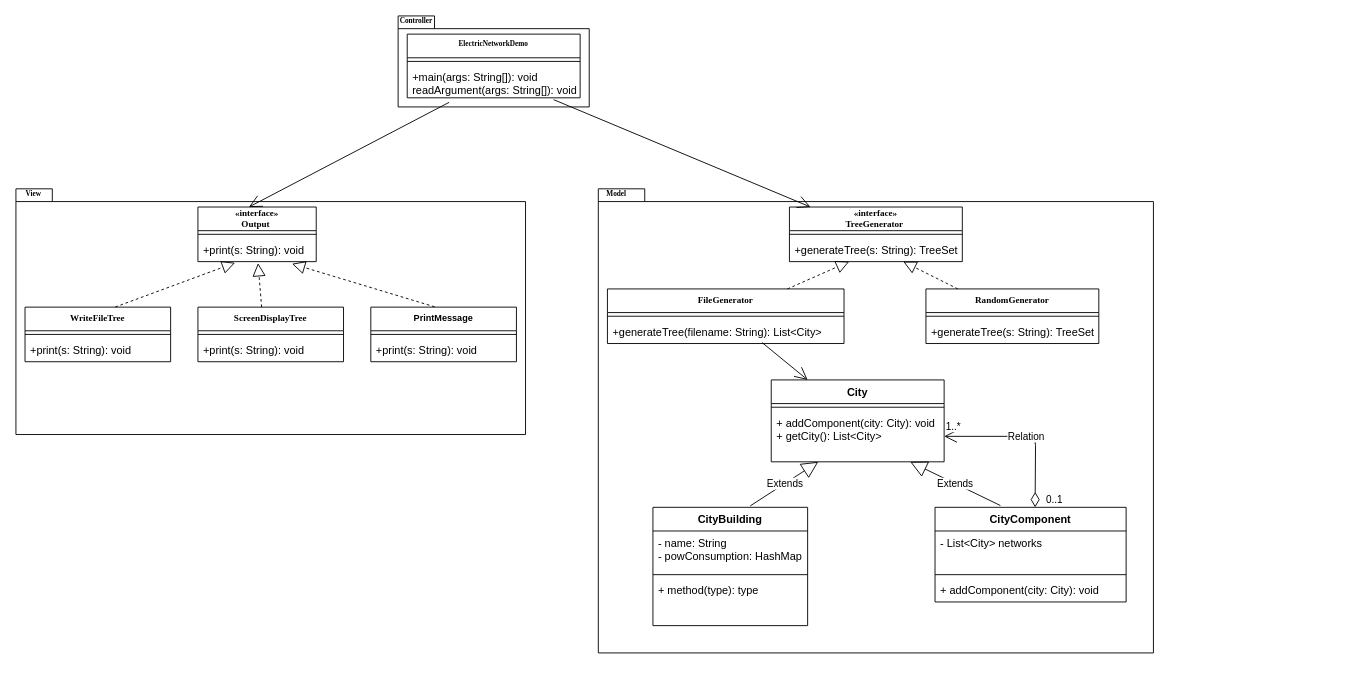
Calmen00-code/Electric-Network-Project keeps this draw.io diagram as UML Assignment 1.drawio. Above is the earlier version. Source tidied: cells renumbered, new cells numbered last; positions are measured from the earlier drawing's top-left corner, leaving out a move shared by most shapes. Both pictures are drawn from the tidied source at 91%, with x=0, y=0 at pixel (15, 15).
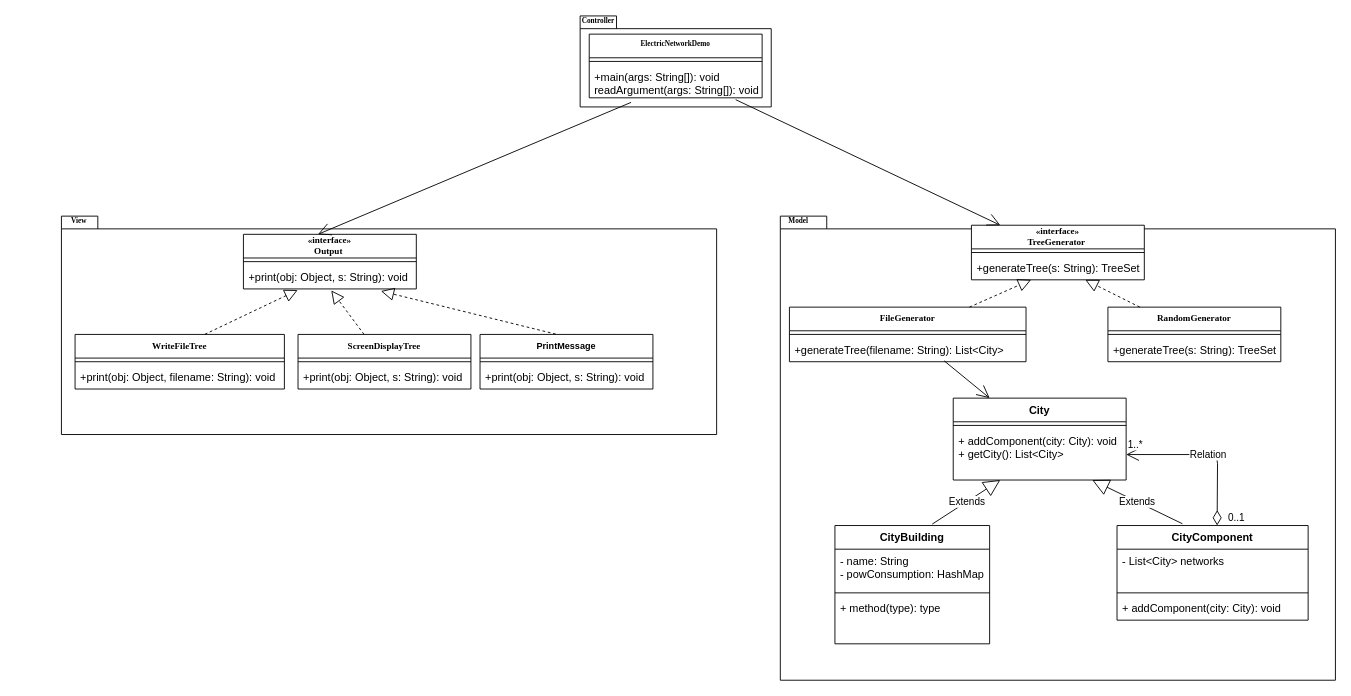
Above is the later version.

The change refers to these unchanged cells:
```xml
<mxCell id="39" value="+ addComponent(city: City): void&#10;+ getCity(): List&lt;City&gt;" style="text;strokeColor=none;fillColor=none;align=left;verticalAlign=top;spacingLeft=4;spacingRight=4;overflow=hidden;points=[[0,0.5],[1,0.5]];portConstraint=eastwest;" parent="37" vertex="1">
  <mxGeometry y="34" width="190" height="56" as="geometry" />
</mxCell>
```

Diff of the diagram source:
```diff
@@
     <mxCell id="2" value="Controller" style="shape=folder;fontStyle=1;spacingTop=10;tabWidth=40;tabHeight=14;tabPosition=left;html=1;fontFamily=Times New Roman;labelPosition=left;verticalLabelPosition=top;align=right;verticalAlign=bottom;spacingBottom=-13;spacingRight=-39;fontSize=8;" parent="1" vertex="1">
-      <mxGeometry x="420" width="210" height="100" as="geometry" />
+      <mxGeometry x="620" width="210" height="100" as="geometry" />
     </mxCell>
     <mxCell id="3" value="ElectricNetworkDemo" style="swimlane;fontStyle=1;align=center;verticalAlign=top;horizontal=1;startSize=26;fontFamily=Times New Roman;fontSize=8;" parent="1" vertex="1">
-      <mxGeometry x="430" y="20" width="190" height="70" as="geometry" />
+      <mxGeometry x="630" y="20" width="190" height="70" as="geometry" />
     </mxCell>
@@
     <mxCell id="6" value="Model&lt;br&gt;" style="shape=folder;fontStyle=1;spacingTop=10;tabWidth=40;tabHeight=14;tabPosition=left;html=1;fontFamily=Times New Roman;labelPosition=left;verticalLabelPosition=top;align=right;verticalAlign=bottom;spacingBottom=-13;spacingRight=-32;fontSize=8;" parent="1" vertex="1">
-      <mxGeometry x="640" y="190" width="610" height="510" as="geometry" />
+      <mxGeometry x="840" y="220" width="610" height="510" as="geometry" />
     </mxCell>
     <mxCell id="7" value="View&lt;br&gt;" style="shape=folder;fontStyle=1;spacingTop=10;tabWidth=40;tabHeight=14;tabPosition=left;html=1;fontFamily=Times New Roman;labelPosition=left;verticalLabelPosition=top;align=right;verticalAlign=bottom;spacingBottom=-13;spacingRight=-29;fontSize=8;" parent="1" vertex="1">
-      <mxGeometry y="190" width="560" height="270" as="geometry" />
+      <mxGeometry x="50" y="220" width="720" height="240" as="geometry" />
     </mxCell>
     <mxCell id="8" value="WriteFileTree" style="swimlane;fontStyle=1;align=center;verticalAlign=top;horizontal=1;startSize=26;fontFamily=Times New Roman;fontSize=10;" parent="1" vertex="1">
-      <mxGeometry x="10" y="320" width="160" height="60" as="geometry" />
+      <mxGeometry x="65" y="350" width="230" height="60" as="geometry" />
     </mxCell>
     <mxCell id="9" style="line;strokeWidth=1;fillColor=none;align=left;verticalAlign=middle;spacingTop=-1;spacingLeft=3;spacingRight=3;labelPosition=right;" parent="8" vertex="1">
-      <mxGeometry y="26" width="160" height="8" as="geometry" />
+      <mxGeometry y="26" width="230" height="8" as="geometry" />
     </mxCell>
-    <mxCell id="10" value="+print(s: String): void" style="text;strokeColor=none;fillColor=none;align=left;verticalAlign=top;spacingLeft=4;spacingRight=4;overflow=hidden;" parent="8" vertex="1">
-      <mxGeometry y="34" width="160" height="26" as="geometry" />
+    <mxCell id="10" value="+print(obj: Object, filename: String): void" style="text;strokeColor=none;fillColor=none;align=left;verticalAlign=top;spacingLeft=4;spacingRight=4;overflow=hidden;" parent="8" vertex="1">
+      <mxGeometry y="34" width="230" height="26" as="geometry" />
     </mxCell>
     <mxCell id="11" value="ScreenDisplayTree" style="swimlane;fontStyle=1;align=center;verticalAlign=top;horizontal=1;startSize=26;fontFamily=Times New Roman;fontSize=10;" parent="1" vertex="1">
-      <mxGeometry x="200" y="320" width="160" height="60" as="geometry" />
+      <mxGeometry x="310" y="350" width="190" height="60" as="geometry" />
     </mxCell>
     <mxCell id="12" style="line;strokeWidth=1;fillColor=none;align=left;verticalAlign=middle;spacingTop=-1;spacingLeft=3;spacingRight=3;labelPosition=right;" parent="11" vertex="1">
-      <mxGeometry y="26" width="160" height="8" as="geometry" />
+      <mxGeometry y="26" width="190" height="8" as="geometry" />
     </mxCell>
-    <mxCell id="13" value="+print(s: String): void" style="text;strokeColor=none;fillColor=none;align=left;verticalAlign=top;spacingLeft=4;spacingRight=4;overflow=hidden;" parent="11" vertex="1">
-      <mxGeometry y="34" width="160" height="26" as="geometry" />
+    <mxCell id="13" value="+print(obj: Object, s: String): void" style="text;strokeColor=none;fillColor=none;align=left;verticalAlign=top;spacingLeft=4;spacingRight=4;overflow=hidden;" parent="11" vertex="1">
+      <mxGeometry y="34" width="190" height="26" as="geometry" />
     </mxCell>
     <mxCell id="14" value="    «interface»&#10;   Output" style="swimlane;fontStyle=1;align=center;verticalAlign=top;horizontal=1;startSize=26;fontFamily=Times New Roman;fontSize=10;spacingRight=0;spacingTop=-6;spacingLeft=-10;" parent="1" vertex="1">
-      <mxGeometry x="200" y="210" width="130" height="60" as="geometry" />
+      <mxGeometry x="250" y="240" width="190" height="60" as="geometry" />
     </mxCell>
     <mxCell id="15" style="line;strokeWidth=1;fillColor=none;align=left;verticalAlign=middle;spacingTop=-1;spacingLeft=3;spacingRight=3;labelPosition=right;" parent="14" vertex="1">
-      <mxGeometry y="26" width="130" height="8" as="geometry" />
+      <mxGeometry y="26" width="190" height="8" as="geometry" />
     </mxCell>
-    <mxCell id="16" value="+print(s: String): void" style="text;strokeColor=none;fillColor=none;align=left;verticalAlign=top;spacingLeft=4;spacingRight=4;overflow=hidden;points=[[0,0.5],[1,0.5]];portConstraint=eastwest;fontSize=12;" parent="14" vertex="1">
-      <mxGeometry y="34" width="130" height="26" as="geometry" />
+    <mxCell id="16" value="+print(obj: Object, s: String): void" style="text;strokeColor=none;fillColor=none;align=left;verticalAlign=top;spacingLeft=4;spacingRight=4;overflow=hidden;points=[[0,0.5],[1,0.5]];portConstraint=eastwest;fontSize=12;" parent="14" vertex="1">
+      <mxGeometry y="34" width="190" height="26" as="geometry" />
     </mxCell>
@@
-    <mxCell id="18" style="endArrow=block;dashed=1;endFill=0;endSize=12;html=1;fontFamily=Times New Roman;fontSize=10;exitX=0.62;exitY=-0.002;exitDx=0;exitDy=0;exitPerimeter=0;entryX=0.508;entryY=1.064;entryDx=0;entryDy=0;entryPerimeter=0;" parent="1" edge="1" target="16">
-      <mxGeometry relative="1" as="geometry">
-        <mxPoint x="270" y="320" as="sourcePoint" />
-      </mxGeometry>
+    <mxCell id="18" style="endArrow=block;dashed=1;endFill=0;endSize=12;html=1;fontFamily=Times New Roman;fontSize=10;entryX=0.508;entryY=1.064;entryDx=0;entryDy=0;entryPerimeter=0;" parent="1" edge="1" source="11" target="16">
+      <mxGeometry relative="1" as="geometry" />
     </mxCell>
     <mxCell id="19" value="    «interface»&#10;   TreeGenerator" style="swimlane;fontStyle=1;align=center;verticalAlign=top;horizontal=1;startSize=26;fontFamily=Times New Roman;fontSize=10;spacingRight=0;spacingTop=-6;spacingLeft=-10;" parent="1" vertex="1">
-      <mxGeometry x="850" y="210" width="190" height="60" as="geometry" />
+      <mxGeometry x="1050" y="230" width="190" height="60" as="geometry" />
     </mxCell>
@@
     <mxCell id="22" value="FileGenerator" style="swimlane;fontStyle=1;align=center;verticalAlign=top;horizontal=1;startSize=26;fontFamily=Times New Roman;fontSize=10;" parent="1" vertex="1">
-      <mxGeometry x="650" y="300" width="260" height="60" as="geometry" />
+      <mxGeometry x="850" y="320" width="260" height="60" as="geometry" />
     </mxCell>
@@
     <mxCell id="26" value="RandomGenerator" style="swimlane;fontStyle=1;align=center;verticalAlign=top;horizontal=1;startSize=26;fontFamily=Times New Roman;fontSize=10;" parent="1" vertex="1">
-      <mxGeometry x="1000" y="300" width="190" height="60" as="geometry" />
+      <mxGeometry x="1200" y="320" width="190" height="60" as="geometry" />
     </mxCell>
@@
     <mxCell id="30" style="endArrow=block;dashed=1;endFill=0;endSize=12;html=1;fontFamily=Times New Roman;fontSize=10;" parent="1" edge="1" source="26">
       <mxGeometry relative="1" as="geometry">
-        <mxPoint x="975.1" y="270" as="targetPoint" />
+        <mxPoint x="1175.1" y="290" as="targetPoint" />
       </mxGeometry>
     </mxCell>
@@
     <mxCell id="33" value="PrintMessage" style="swimlane;fontStyle=1;align=center;verticalAlign=top;horizontal=1;startSize=26;fontSize=10;" parent="1" vertex="1">
-      <mxGeometry x="390" y="320" width="160" height="60" as="geometry" />
+      <mxGeometry x="510" y="350" width="190" height="60" as="geometry" />
     </mxCell>
     <mxCell id="34" style="line;strokeWidth=1;fillColor=none;align=left;verticalAlign=middle;spacingTop=-1;spacingLeft=3;spacingRight=3;labelPosition=right;" parent="33" vertex="1">
-      <mxGeometry y="26" width="160" height="8" as="geometry" />
+      <mxGeometry y="26" width="190" height="8" as="geometry" />
     </mxCell>
-    <mxCell id="35" value="+print(s: String): void" style="text;strokeColor=none;fillColor=none;align=left;verticalAlign=top;spacingLeft=4;spacingRight=4;overflow=hidden;" parent="33" vertex="1">
-      <mxGeometry y="34" width="160" height="26" as="geometry" />
+    <mxCell id="35" value="+print(obj: Object, s: String): void" style="text;strokeColor=none;fillColor=none;align=left;verticalAlign=top;spacingLeft=4;spacingRight=4;overflow=hidden;" parent="33" vertex="1">
+      <mxGeometry y="34" width="190" height="26" as="geometry" />
     </mxCell>
@@
     <mxCell id="37" value="City" style="swimlane;fontStyle=1;align=center;verticalAlign=top;horizontal=1;startSize=26;" parent="1" vertex="1">
-      <mxGeometry x="830" y="400" width="190" height="90" as="geometry" />
+      <mxGeometry x="1030" y="420" width="190" height="90" as="geometry" />
     </mxCell>
@@
     <mxCell id="42" value="Relation" style="endArrow=open;html=1;endSize=12;startArrow=diamondThin;startSize=14;startFill=0;edgeStyle=orthogonalEdgeStyle;" parent="1" edge="1" target="39">
       <mxGeometry relative="1" as="geometry">
-        <mxPoint x="1120" y="540" as="sourcePoint" />
+        <mxPoint x="1320" y="560" as="sourcePoint" />
       </mxGeometry>
     </mxCell>
@@
     <mxCell id="45" value="CityComponent" style="swimlane;fontStyle=1;align=center;verticalAlign=top;horizontal=1;startSize=26;" parent="1" vertex="1">
-      <mxGeometry x="1010" y="540" width="210" height="104" as="geometry" />
+      <mxGeometry x="1210" y="560" width="210" height="104" as="geometry" />
     </mxCell>
@@
     <mxCell id="49" value="CityBuilding" style="swimlane;fontStyle=1;align=center;verticalAlign=top;horizontal=1;startSize=26;" parent="1" vertex="1">
-      <mxGeometry x="700" y="540" width="170" height="130" as="geometry" />
+      <mxGeometry x="900" y="560" width="170" height="130" as="geometry" />
     </mxCell>
```
